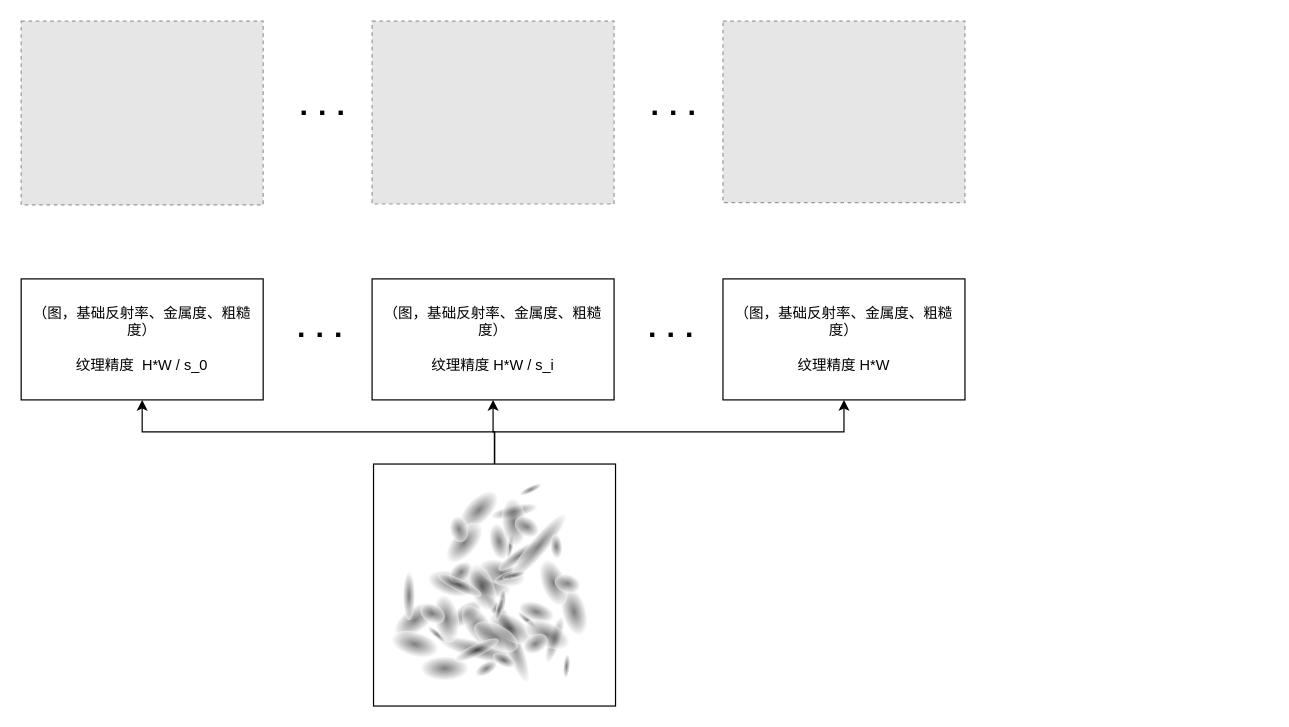
The draw.io diagram mid-term/预训练环境纹理与渐进式训练.drawio in thEu-suisei/draw_io, before the edit. Source tidied: cells renumbered, new cells numbered last; positions are measured from the earlier drawing's top-left corner, leaving out a move shared by most shapes. Both pictures are drawn from the tidied source at 121%, with x=0, y=0 at pixel (21, 21). Pictures stored in the file or linked from it are replaced by grey dashed boxes.
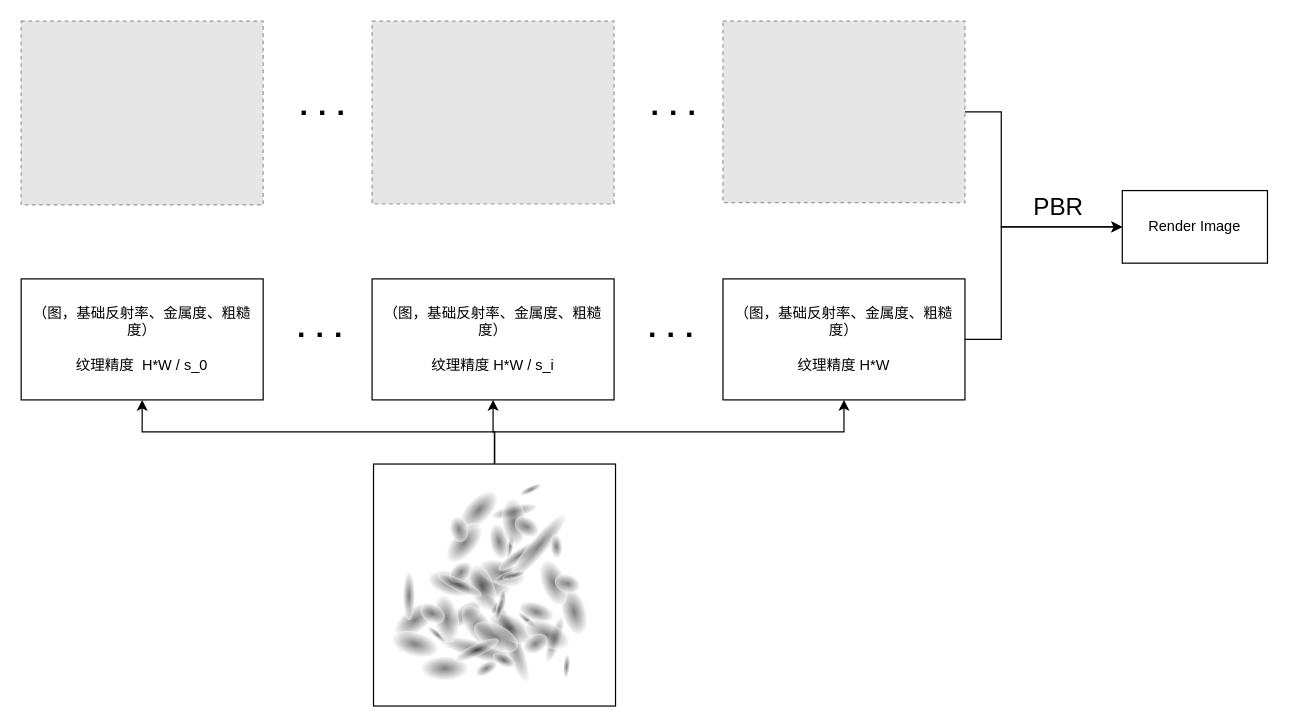
After the change.

Commit message (it also covers changes not shown here):
更新预训练环境纹理与渐进式训练.drawio

The change refers to these unchanged cells:
```xml
<mxCell id="8" style="fillColor=#E6E6E6;strokeColor=#999999;dashed=1;verticalLabelPosition=bottom;labelBackgroundColor=default;verticalAlign=top;" parent="1" vertex="1">
  <mxGeometry x="580" width="200" height="150" as="geometry" />
</mxCell>
<mxCell id="61" value="（图，基础反射率、金属度、粗糙度）&lt;div&gt;&lt;br&gt;&lt;/div&gt;&lt;div&gt;纹理精度 H*W&lt;/div&gt;" style="whiteSpace=wrap;html=1;" parent="1" vertex="1">
  <mxGeometry x="580" y="213" width="200" height="100" as="geometry" />
</mxCell>
```

Diff of the diagram source:
```diff
@@
+    <mxCell id="64" style="edgeStyle=orthogonalEdgeStyle;rounded=0;jettySize=auto;html=1;entryX=0;entryY=0.5;entryDx=0;entryDy=0;" parent="1" edge="1" source="8" target="67">
+      <mxGeometry relative="1" as="geometry">
+        <Array as="points">
+          <mxPoint x="810" y="75" />
+          <mxPoint x="810" y="170" />
+        </Array>
+      </mxGeometry>
+    </mxCell>
@@
+    <mxCell id="65" style="edgeStyle=orthogonalEdgeStyle;rounded=0;jettySize=auto;html=1;entryX=0;entryY=0.5;entryDx=0;entryDy=0;" parent="1" edge="1" source="61" target="67">
+      <mxGeometry relative="1" as="geometry">
+        <Array as="points">
+          <mxPoint x="810" y="263" />
+          <mxPoint x="810" y="170" />
+        </Array>
+      </mxGeometry>
+    </mxCell>
+    <mxCell id="66" value="PBR" style="edgeLabel;html=1;align=center;verticalAlign=middle;fontSize=20;" parent="65" vertex="1">
+      <mxGeometry x="0.52" y="4" relative="1" as="geometry">
+        <mxPoint y="-14" as="offset" />
+      </mxGeometry>
+    </mxCell>
@@
+    <mxCell id="67" value="Render Image" style="whiteSpace=wrap;html=1;" parent="1" vertex="1">
+      <mxGeometry x="910" y="140" width="120" height="60" as="geometry" />
+    </mxCell>
```
